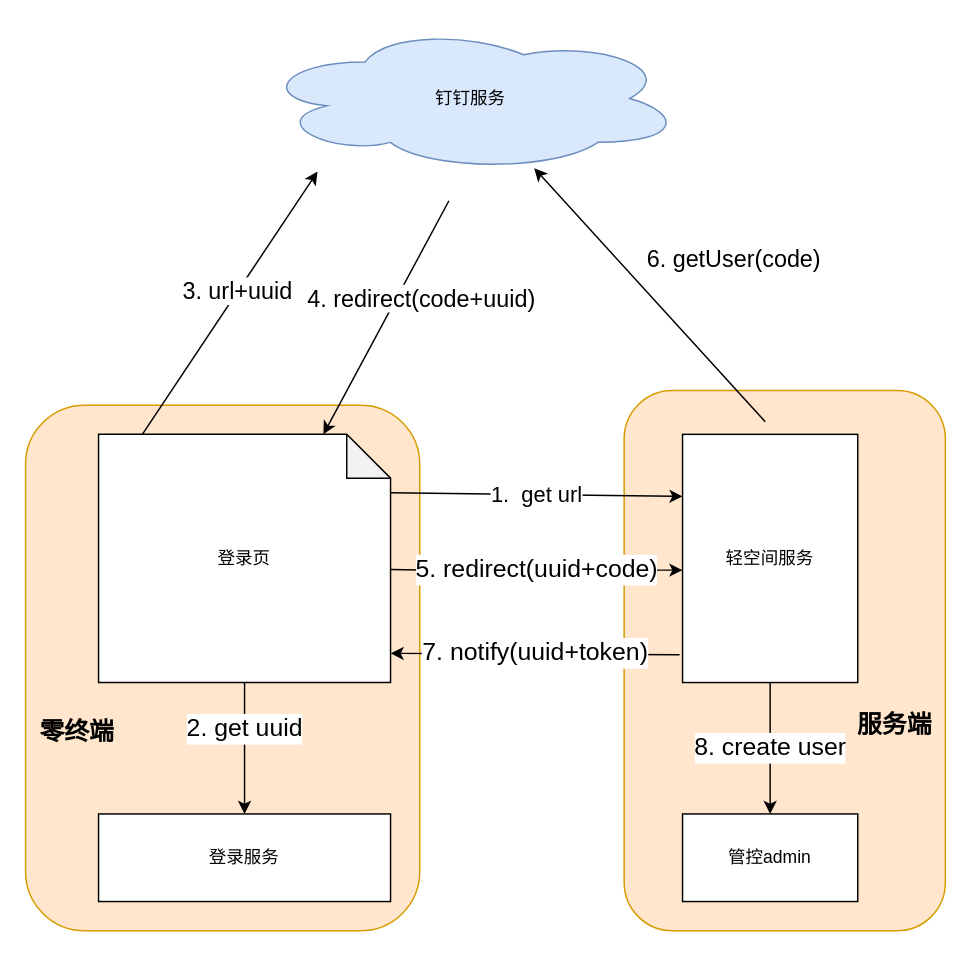
chenkangzeng/appstreaming keeps this draw.io diagram as client.drawio. Above is the earlier version. Source tidied: cells renumbered, new cells numbered last; positions are measured from the earlier drawing's top-left corner, leaving out a move shared by most shapes. Both pictures are drawn from the tidied source at 146%, with x=0, y=0 at pixel (25, 25).
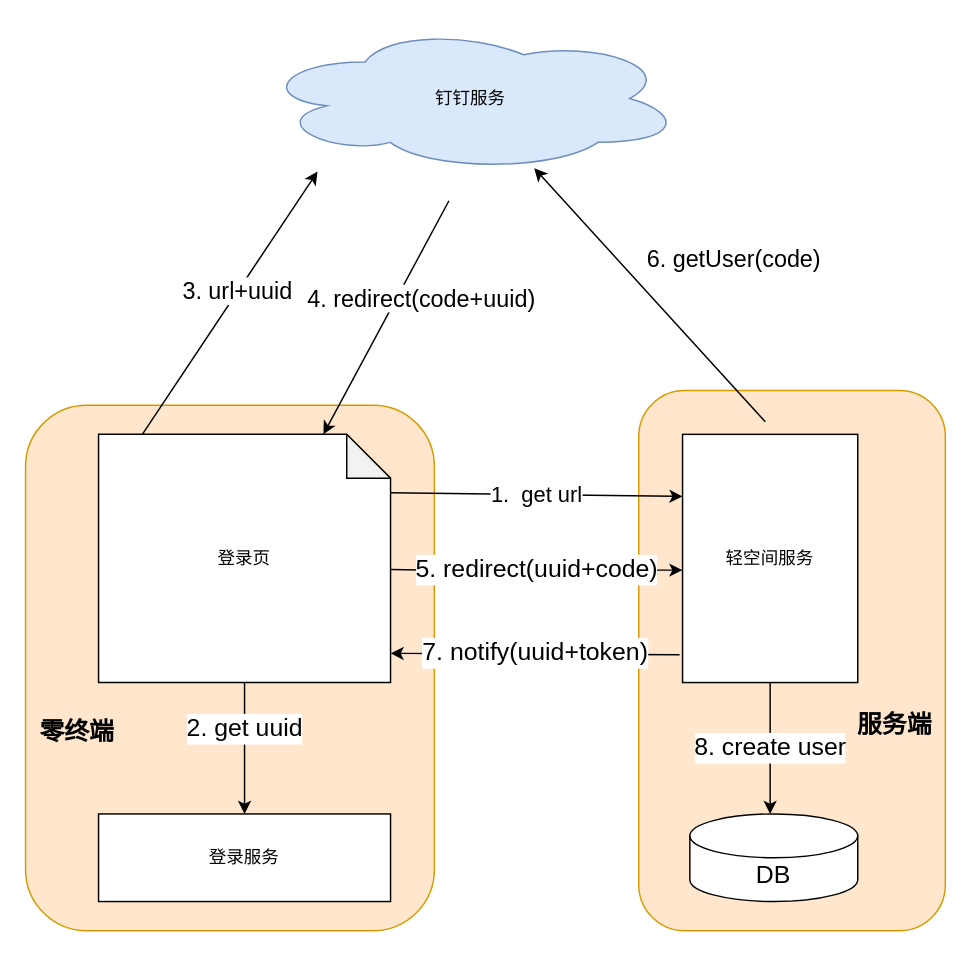
The same page after the edit.

Unchanged cells that the change refers to:
```xml
<mxCell id="6" value="轻空间服务" style="rounded=0;whiteSpace=wrap;html=1;" parent="1" vertex="1">
  <mxGeometry x="450" y="280" width="120" height="170" as="geometry" />
</mxCell>
```

What changed in the source:
```diff
@@
     <mxCell id="2" style="rounded=1;whiteSpace=wrap;html=1;fontSize=17;fillColor=#ffe6cc;strokeColor=#d79b00;" parent="1" vertex="1">
-      <mxGeometry x="410" y="250" width="220" height="370" as="geometry" />
+      <mxGeometry x="420" y="250" width="210" height="370" as="geometry" />
     </mxCell>
     <mxCell id="3" style="rounded=1;whiteSpace=wrap;html=1;fontSize=17;fillColor=#ffe6cc;strokeColor=#d79b00;" parent="1" vertex="1">
-      <mxGeometry y="260" width="270" height="360" as="geometry" />
+      <mxGeometry y="260" width="280" height="360" as="geometry" />
     </mxCell>
@@
-    <mxCell id="5" value="8. create user" style="edgeStyle=orthogonalEdgeStyle;rounded=0;jettySize=auto;html=1;startArrow=none;startFill=0;endArrow=classic;endFill=1;fontSize=17;" parent="1" edge="1" source="6" target="19">
-      <mxGeometry relative="1" as="geometry" />
+    <mxCell id="5" value="8. create user" style="edgeStyle=orthogonalEdgeStyle;rounded=0;jettySize=auto;html=1;startArrow=none;startFill=0;endArrow=classic;endFill=1;fontSize=17;" parent="1" edge="1" source="6">
+      <mxGeometry relative="1" as="geometry">
+        <mxPoint x="510" y="540" as="targetPoint" />
+      </mxGeometry>
     </mxCell>
@@
-    <mxCell id="19" value="管控admin" style="whiteSpace=wrap;html=1;rounded=0;" parent="1" vertex="1">
-      <mxGeometry x="450" y="540" width="120" height="60" as="geometry" />
-    </mxCell>
@@
+    <mxCell id="22" value="DB" style="shape=cylinder3;whiteSpace=wrap;html=1;boundedLbl=1;backgroundOutline=1;size=15;fontSize=17;" parent="1" vertex="1">
+      <mxGeometry x="455" y="540" width="115" height="60" as="geometry" />
+    </mxCell>
```
